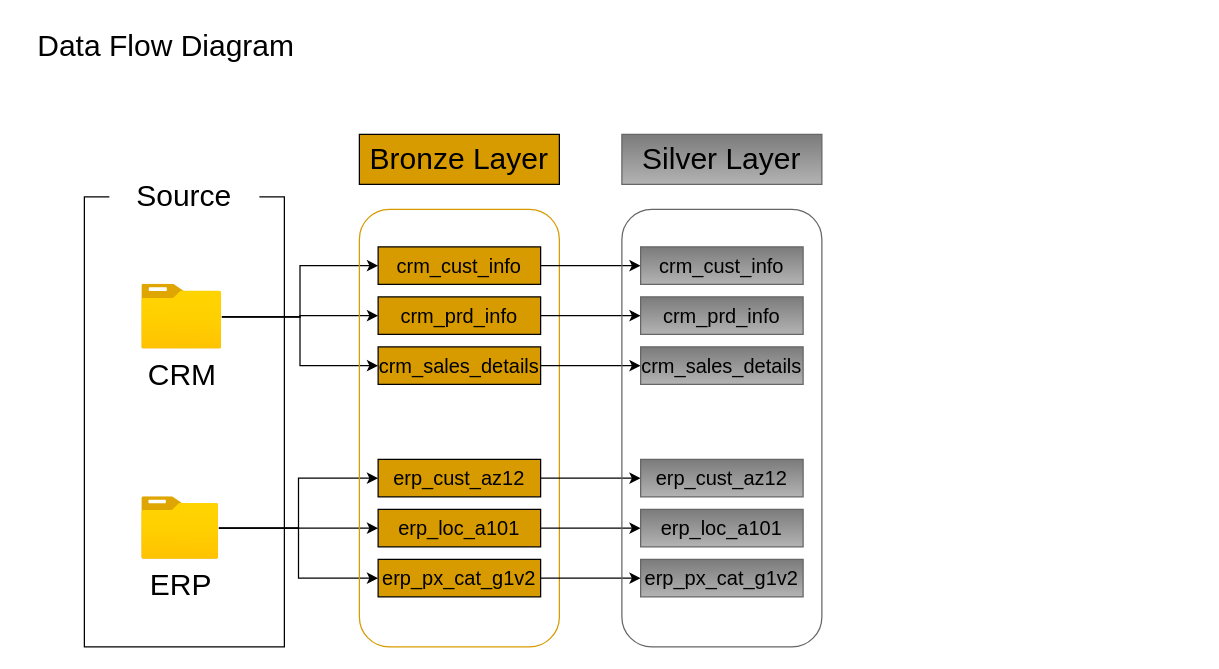
RevazRevazashvili/sql-data-warehouse-project keeps this draw.io diagram as diagrams/Data flow Diagram.drawio. Above is the earlier version. Source tidied: cells renumbered, new cells numbered last; positions are measured from the earlier drawing's top-left corner, leaving out a move shared by most shapes. Both pictures are drawn from the tidied source at 125%, with x=0, y=0 at pixel (21, 21).
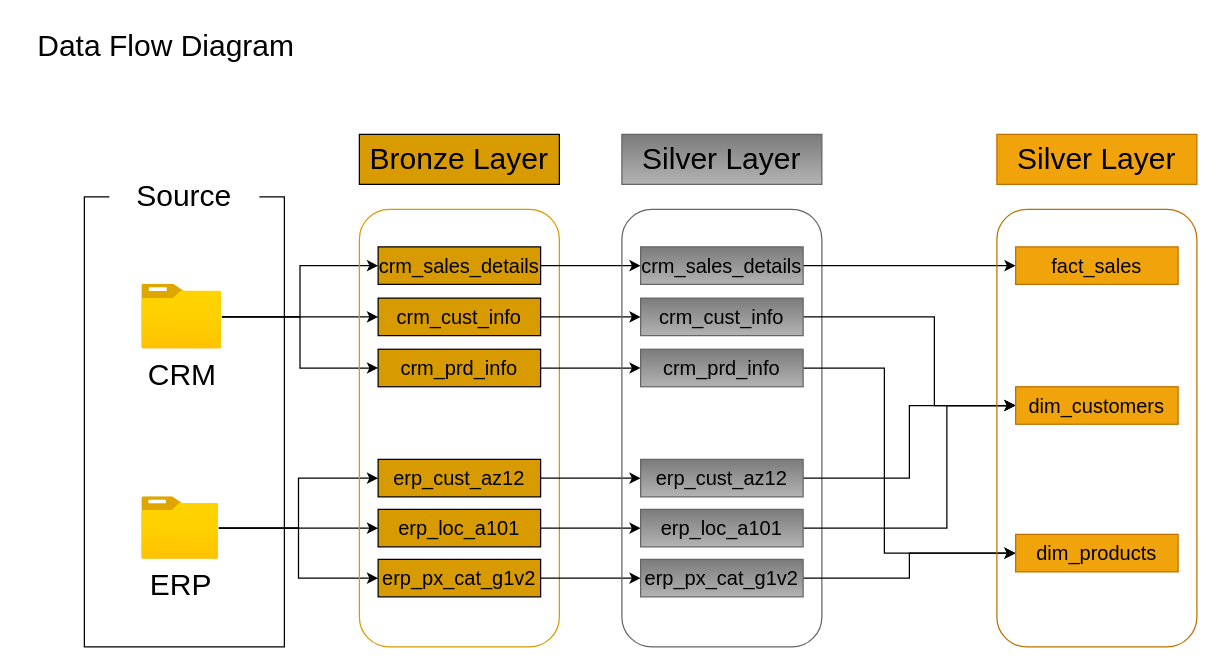
After the change.

Commit message:
modified data flow diagram

The change refers to these unchanged cells:
```xml
<mxCell id="32" value="&lt;font style=&quot;font-size: 16px;&quot;&gt;erp_cust_az12&lt;/font&gt;" style="rounded=0;whiteSpace=wrap;html=1;fillColor=#7B7B7B;gradientColor=#b3b3b3;strokeColor=#666666;" parent="1" vertex="1">
  <mxGeometry x="495" y="350" width="130" height="30" as="geometry" />
</mxCell>
<mxCell id="33" value="&lt;font style=&quot;font-size: 16px;&quot;&gt;erp_loc_a101&lt;/font&gt;" style="rounded=0;whiteSpace=wrap;html=1;fillColor=#7B7B7B;gradientColor=#b3b3b3;strokeColor=#666666;" parent="1" vertex="1">
  <mxGeometry x="495" y="390" width="130" height="30" as="geometry" />
</mxCell>
<mxCell id="34" value="&lt;font style=&quot;font-size: 16px;&quot;&gt;erp_px_cat_g1v2&lt;/font&gt;" style="rounded=0;whiteSpace=wrap;html=1;fillColor=#7B7B7B;gradientColor=#b3b3b3;strokeColor=#666666;" parent="1" vertex="1">
  <mxGeometry x="495" y="430" width="130" height="30" as="geometry" />
</mxCell>
```

Diff of the diagram source:
```diff
@@
     <mxCell id="15" value="&lt;font style=&quot;font-size: 16px;&quot;&gt;crm_cust_info&lt;/font&gt;" style="rounded=0;whiteSpace=wrap;html=1;fillColor=#D79B00;" parent="1" vertex="1">
-      <mxGeometry x="285" y="180" width="130" height="30" as="geometry" />
+      <mxGeometry x="285" y="221" width="130" height="30" as="geometry" />
     </mxCell>
@@
     <mxCell id="17" value="&lt;font style=&quot;font-size: 16px;&quot;&gt;crm_prd_info&lt;/font&gt;" style="rounded=0;whiteSpace=wrap;html=1;fillColor=#D79B00;" parent="1" vertex="1">
-      <mxGeometry x="285" y="220" width="130" height="30" as="geometry" />
+      <mxGeometry x="285" y="261.9" width="130" height="30" as="geometry" />
     </mxCell>
@@
     <mxCell id="19" value="&lt;font style=&quot;font-size: 16px;&quot;&gt;crm_sales_details&lt;/font&gt;" style="rounded=0;whiteSpace=wrap;html=1;fillColor=#D79B00;" parent="1" vertex="1">
-      <mxGeometry x="285" y="260" width="130" height="30" as="geometry" />
+      <mxGeometry x="285" y="180" width="130" height="30" as="geometry" />
     </mxCell>
@@
+    <mxCell id="35" style="edgeStyle=orthogonalEdgeStyle;rounded=0;jettySize=auto;html=1;entryX=0;entryY=0.5;entryDx=0;entryDy=0;" parent="1" edge="1" source="29" target="44">
+      <mxGeometry relative="1" as="geometry">
+        <Array as="points">
+          <mxPoint x="730" y="236" />
+          <mxPoint x="730" y="307" />
+        </Array>
+      </mxGeometry>
+    </mxCell>
     <mxCell id="29" value="&lt;font style=&quot;font-size: 16px;&quot;&gt;crm_cust_info&lt;/font&gt;" style="rounded=0;whiteSpace=wrap;html=1;fillColor=#7B7B7B;gradientColor=#b3b3b3;strokeColor=#666666;" parent="1" vertex="1">
-      <mxGeometry x="495" y="180" width="130" height="30" as="geometry" />
+      <mxGeometry x="495" y="221" width="130" height="30" as="geometry" />
     </mxCell>
+    <mxCell id="36" style="edgeStyle=orthogonalEdgeStyle;rounded=0;jettySize=auto;html=1;entryX=0;entryY=0.5;entryDx=0;entryDy=0;" parent="1" edge="1" source="30" target="45">
+      <mxGeometry relative="1" as="geometry">
+        <Array as="points">
+          <mxPoint x="690" y="277" />
+          <mxPoint x="690" y="425" />
+        </Array>
+      </mxGeometry>
+    </mxCell>
     <mxCell id="30" value="&lt;font style=&quot;font-size: 16px;&quot;&gt;crm_prd_info&lt;/font&gt;" style="rounded=0;whiteSpace=wrap;html=1;fillColor=#7B7B7B;gradientColor=#b3b3b3;strokeColor=#666666;" parent="1" vertex="1">
-      <mxGeometry x="495" y="220" width="130" height="30" as="geometry" />
+      <mxGeometry x="495" y="261.9" width="130" height="30" as="geometry" />
     </mxCell>
+    <mxCell id="37" style="edgeStyle=orthogonalEdgeStyle;rounded=0;jettySize=auto;html=1;entryX=0;entryY=0.5;entryDx=0;entryDy=0;" parent="1" edge="1" source="31" target="43">
+      <mxGeometry relative="1" as="geometry" />
+    </mxCell>
     <mxCell id="31" value="&lt;font style=&quot;font-size: 16px;&quot;&gt;crm_sales_details&lt;/font&gt;" style="rounded=0;whiteSpace=wrap;html=1;fillColor=#7B7B7B;gradientColor=#b3b3b3;strokeColor=#666666;" parent="1" vertex="1">
-      <mxGeometry x="495" y="260" width="130" height="30" as="geometry" />
+      <mxGeometry x="495" y="180" width="130" height="30" as="geometry" />
     </mxCell>
+    <mxCell id="38" style="edgeStyle=orthogonalEdgeStyle;rounded=0;jettySize=auto;html=1;entryX=0;entryY=0.5;entryDx=0;entryDy=0;" parent="1" edge="1" source="32" target="44">
+      <mxGeometry relative="1" as="geometry">
+        <Array as="points">
+          <mxPoint x="710" y="365" />
+          <mxPoint x="710" y="307" />
+        </Array>
+      </mxGeometry>
+    </mxCell>
@@
+    <mxCell id="39" style="edgeStyle=orthogonalEdgeStyle;rounded=0;jettySize=auto;html=1;entryX=0;entryY=0.5;entryDx=0;entryDy=0;" parent="1" edge="1" source="33" target="44">
+      <mxGeometry relative="1" as="geometry">
+        <Array as="points">
+          <mxPoint x="740" y="405" />
+          <mxPoint x="740" y="307" />
+        </Array>
+      </mxGeometry>
+    </mxCell>
@@
+    <mxCell id="40" style="edgeStyle=orthogonalEdgeStyle;rounded=0;jettySize=auto;html=1;entryX=0;entryY=0.5;entryDx=0;entryDy=0;" parent="1" edge="1" source="34" target="45">
+      <mxGeometry relative="1" as="geometry" />
+    </mxCell>
@@
+    <mxCell id="41" style="rounded=1;whiteSpace=wrap;html=1;fillColor=none;strokeColor=#BD7000;fontColor=#000000;" parent="1" vertex="1">
+      <mxGeometry x="780" y="150" width="160" height="350" as="geometry" />
+    </mxCell>
+    <mxCell id="42" value="&lt;span style=&quot;font-size: 24px;&quot;&gt;Silver Layer&lt;/span&gt;" style="rounded=0;whiteSpace=wrap;html=1;fillColor=#F0A30A;strokeColor=#BD7000;fontColor=#000000;" parent="1" vertex="1">
+      <mxGeometry x="780" y="90" width="160" height="40" as="geometry" />
+    </mxCell>
+    <mxCell id="43" value="&lt;font style=&quot;font-size: 16px;&quot;&gt;fact_sales&lt;/font&gt;" style="rounded=0;whiteSpace=wrap;html=1;fillColor=#F0A30A;strokeColor=#BD7000;fontColor=#000000;" parent="1" vertex="1">
+      <mxGeometry x="795" y="180" width="130" height="30" as="geometry" />
+    </mxCell>
+    <mxCell id="44" value="&lt;font style=&quot;font-size: 16px;&quot;&gt;dim_customers&lt;/font&gt;" style="rounded=0;whiteSpace=wrap;html=1;fillColor=#F0A30A;strokeColor=#BD7000;fontColor=#000000;" parent="1" vertex="1">
+      <mxGeometry x="795" y="291.9" width="130" height="30" as="geometry" />
+    </mxCell>
+    <mxCell id="45" value="&lt;font style=&quot;font-size: 16px;&quot;&gt;dim_products&lt;/font&gt;" style="rounded=0;whiteSpace=wrap;html=1;fillColor=#F0A30A;strokeColor=#BD7000;fontColor=#000000;" parent="1" vertex="1">
+      <mxGeometry x="795" y="410" width="130" height="30" as="geometry" />
+    </mxCell>
```
